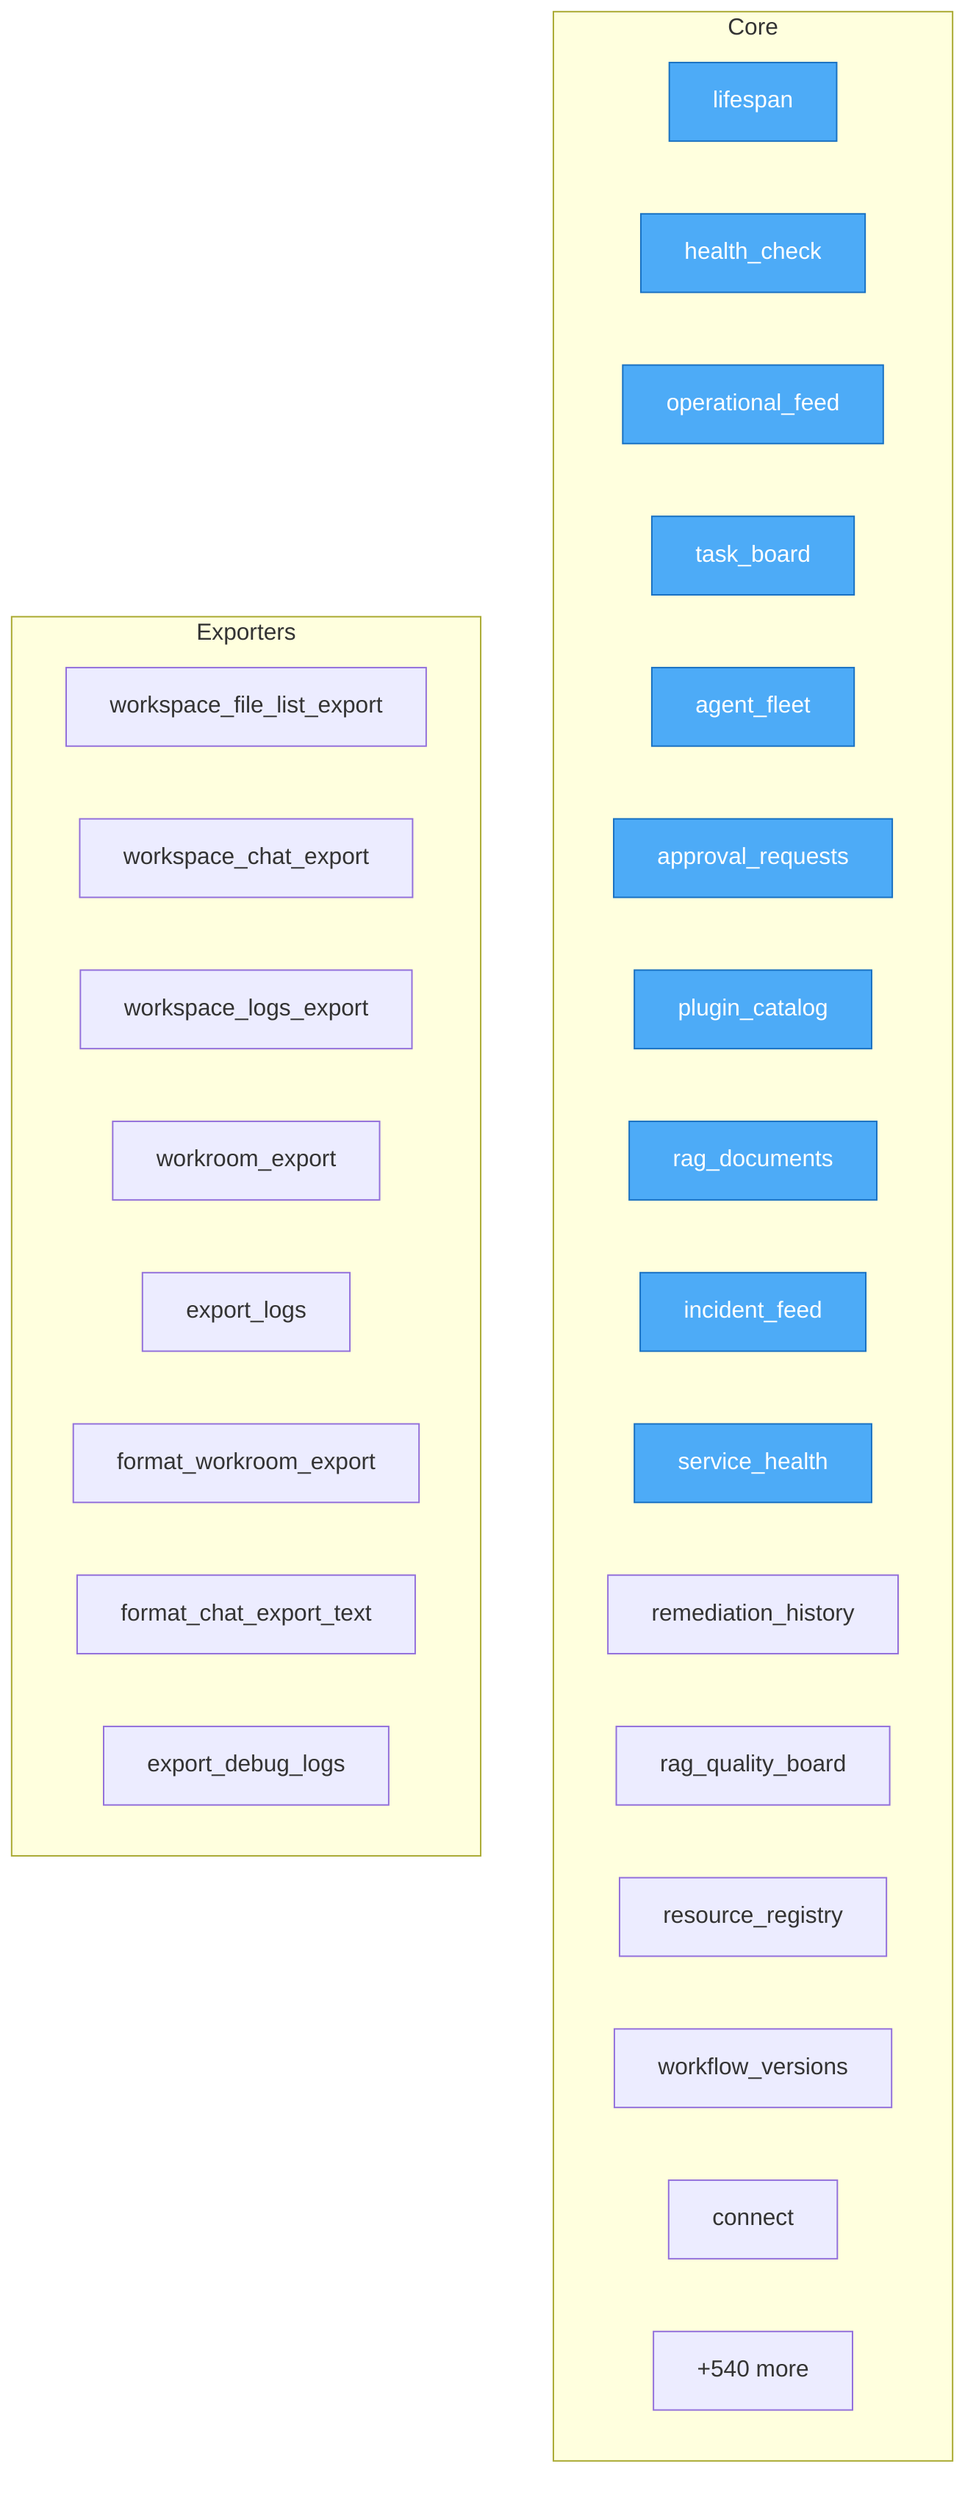
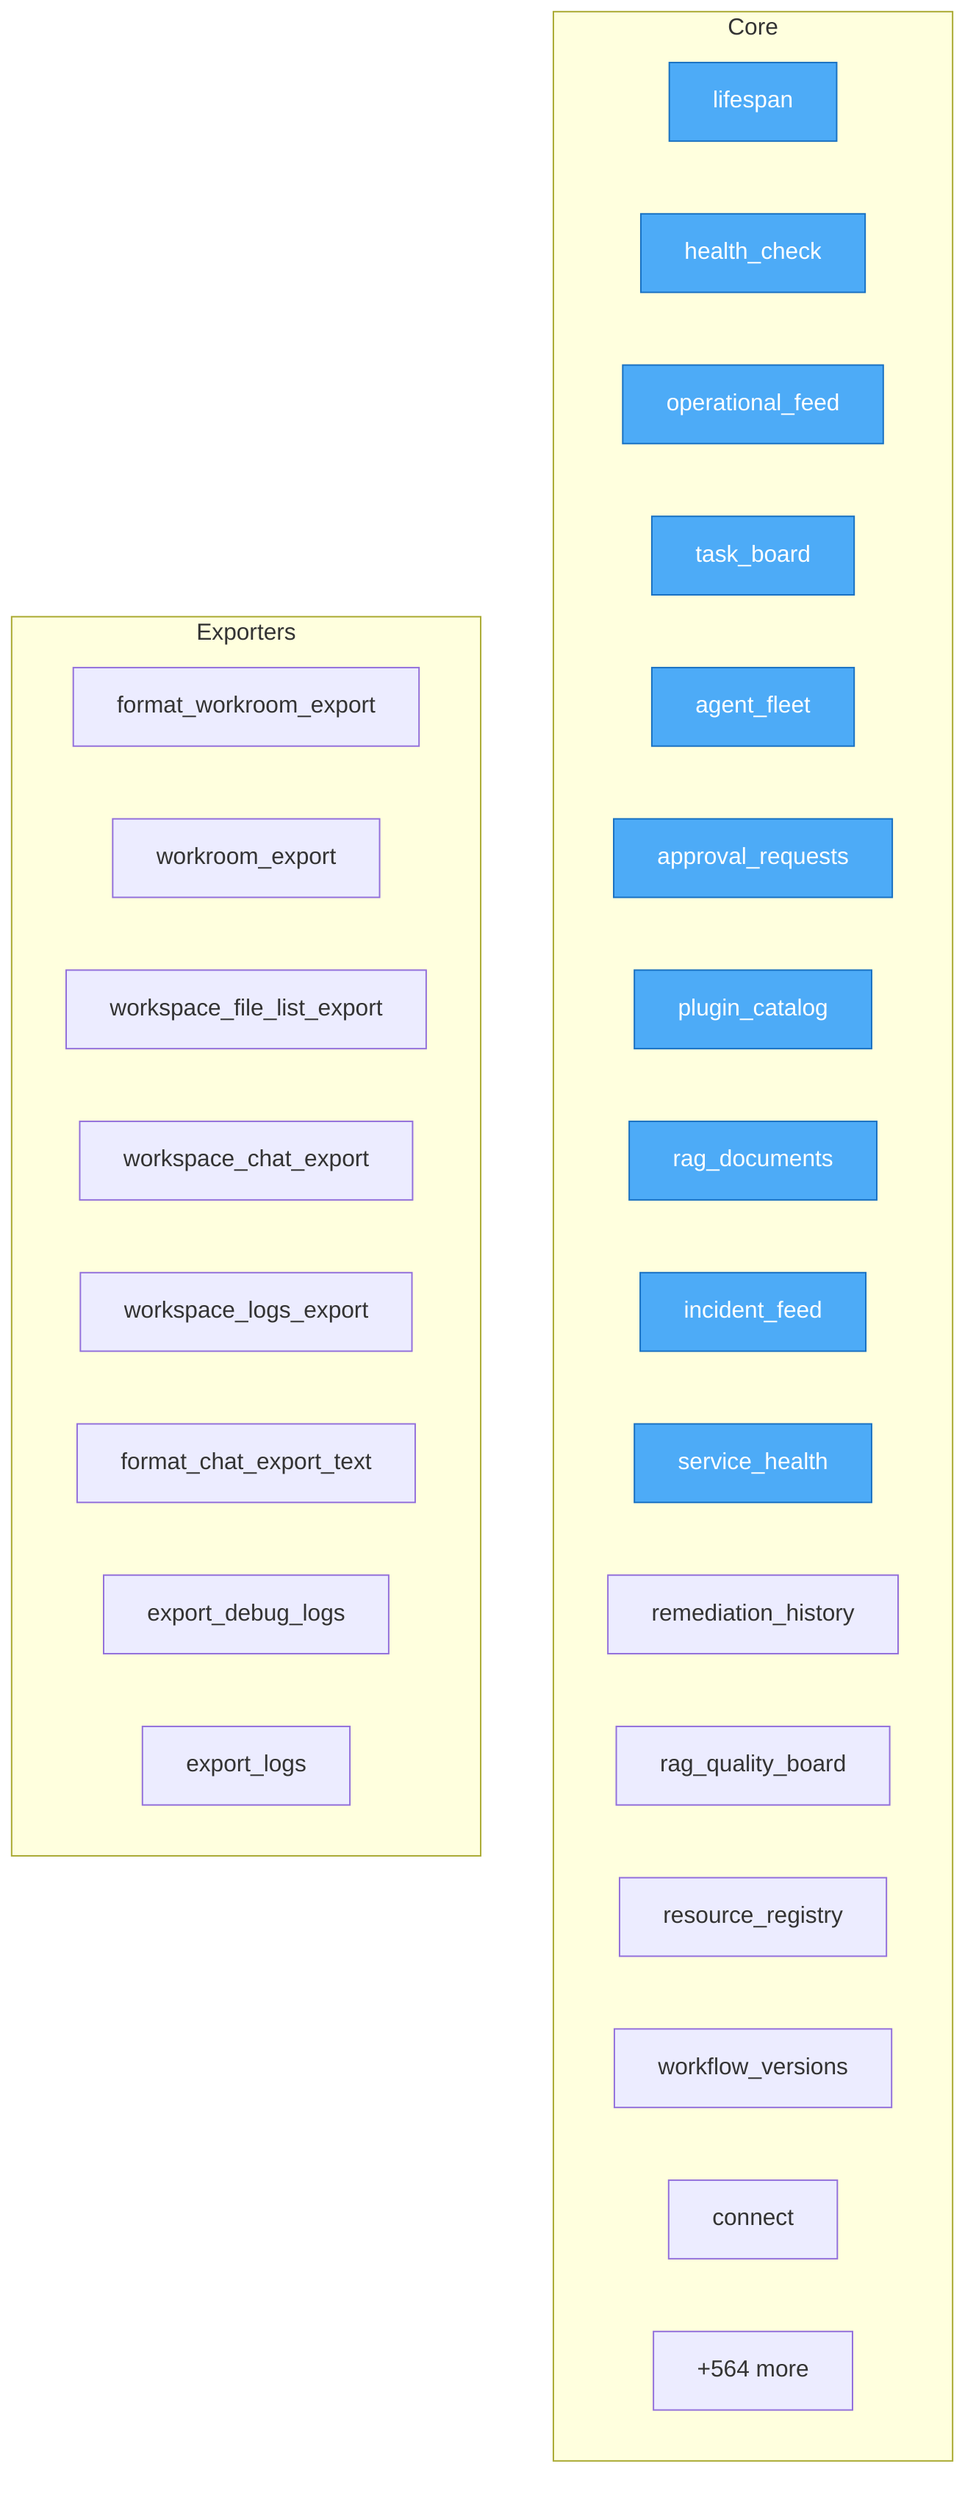
flowchart TD
- %% generated in 0.02s
+ %% generated in 0.03s

    %% Entry points (blue)
    classDef entry fill:#4dabf7,stroke:#1971c2,color:#fff

    subgraph Core
        services__projector__app__main__lifespan["lifespan"]
        services__projector__app__main__health_check["health_check"]
        services__projector__app__main__operational_feed["operational_feed"]
        services__projector__app__main__task_board["task_board"]
        services__projector__app__main__agent_fleet["agent_fleet"]
        services__projector__app__main__approval_requests["approval_requests"]
        services__projector__app__main__plugin_catalog["plugin_catalog"]
        services__projector__app__main__rag_documents["rag_documents"]
        services__projector__app__main__incident_feed["incident_feed"]
        services__projector__app__main__service_health["service_health"]
        services__projector__app__main__remediation_history["remediation_history"]
        services__projector__app__main__rag_quality_board["rag_quality_board"]
        services__projector__app__main__resource_registry["resource_registry"]
        services__projector__app__main__workflow_versions["workflow_versions"]
        services__projector__app__db__Database__connect["connect"]
-         ...["+540 more"]
+         ...["+564 more"]
    end

    subgraph Exporters
+         services__web__app__agent_workroom__format_workroom_export["format_workroom_export"]
+         services__web__app__api__workroom_routes__workroom_export["workroom_export"]
        services__web__app__api__workspace_routes__workspace_file_list_export["workspace_file_list_export"]
        services__web__app__api__workspace_routes__workspace_chat_export["workspace_chat_export"]
        services__web__app__api__workspace_routes__workspace_logs_export["workspace_logs_export"]
-         services__web__app__api__workroom_routes__workroom_export["workroom_export"]
-         services__orchestrator__app__api__observability__export_logs["export_logs"]
-         services__web__app__agent_workroom__format_workroom_export["format_workroom_export"]
        services__web__app__workspace__format_chat_export_text["format_chat_export_text"]
        services__web__app__workspace__export_debug_logs["export_debug_logs"]
+         services__orchestrator__app__api__observability__export_logs["export_logs"]
    end

    class services__projector__app__main__lifespan,services__projector__app__main__health_check,services__projector__app__main__operational_feed,services__projector__app__main__task_board,services__projector__app__main__agent_fleet,services__projector__app__main__approval_requests,services__projector__app__main__plugin_catalog,services__projector__app__main__rag_documents,services__projector__app__main__incident_feed,services__projector__app__main__service_health entry
